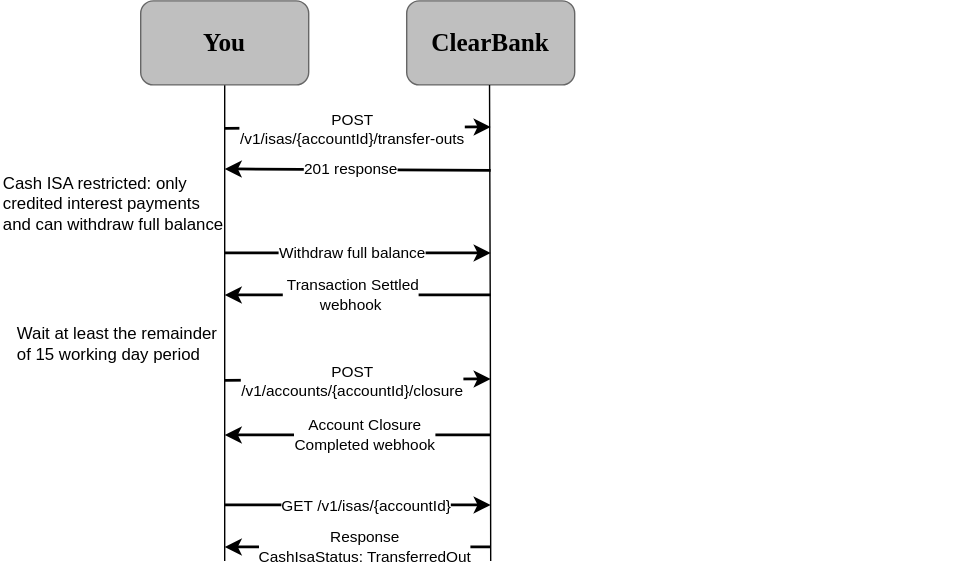
Above: static/assets/images/cash-isa-transfer-out.svg in clearbank/clearbank.github.io (draw.io), before the change. Source tidied: cells renumbered, new cells last; positions are measured from the earlier drawing's top-left corner, leaving out a move shared by most shapes. Its diagram source:
```xml
<mxGraphModel>
  <root>
    <mxCell id="0" />
    <mxCell id="1" parent="0" />
    <mxCell id="2" value="ClearBank" style="rounded=1;whiteSpace=wrap;html=1;strokeColor=#666666;fillColor=#BFBFBF;gradientColor=none;fontFamily=Clear Sans Display;fontStyle=1;fontSize=18;" parent="1" vertex="1">
      <mxGeometry x="290" width="120" height="60" as="geometry" />
    </mxCell>
    <mxCell id="3" style="endArrow=classic;html=1;rounded=0;strokeWidth=2;" parent="1" edge="1">
      <mxGeometry relative="1" as="geometry">
        <mxPoint x="350" y="121" as="sourcePoint" />
        <mxPoint x="160" y="120" as="targetPoint" />
      </mxGeometry>
    </mxCell>
    <mxCell id="4" value="201 response" style="edgeLabel;html=1;align=center;verticalAlign=middle;" parent="3" vertex="1">
      <mxGeometry x="0.09" y="-1" relative="1" as="geometry">
        <mxPoint x="3" as="offset" />
      </mxGeometry>
    </mxCell>
    <mxCell id="5" style="endArrow=classic;html=1;rounded=0;strokeWidth=2;" parent="1" edge="1">
      <mxGeometry relative="1" as="geometry">
        <mxPoint x="350" y="210" as="sourcePoint" />
        <mxPoint x="160" y="210" as="targetPoint" />
      </mxGeometry>
    </mxCell>
    <mxCell id="6" value="&amp;nbsp;Transaction Settled&lt;br&gt;&amp;nbsp;webhook&amp;nbsp;" style="edgeLabel;html=1;align=center;verticalAlign=middle;" parent="5" vertex="1">
      <mxGeometry x="0.09" y="-1" relative="1" as="geometry">
        <mxPoint x="3" y="1" as="offset" />
      </mxGeometry>
    </mxCell>
    <mxCell id="7" value="Wait at least the remainder of 15 working day period" style="text;html=1;strokeColor=none;fillColor=none;align=left;verticalAlign=middle;whiteSpace=wrap;rounded=0;" parent="1" vertex="1">
      <mxGeometry x="10" y="210" width="150" height="70" as="geometry" />
    </mxCell>
    <mxCell id="8" style="edgeStyle=orthogonalEdgeStyle;rounded=0;orthogonalLoop=1;jettySize=auto;html=1;endArrow=none;endFill=0;" parent="1" edge="1">
      <mxGeometry relative="1" as="geometry">
        <mxPoint x="349.2" y="60" as="sourcePoint" />
        <mxPoint x="350" y="400" as="targetPoint" />
      </mxGeometry>
    </mxCell>
    <mxCell id="9" style="edgeStyle=orthogonalEdgeStyle;rounded=0;jettySize=auto;html=1;endArrow=none;endFill=0;" parent="1" edge="1" source="10">
      <mxGeometry relative="1" as="geometry">
        <mxPoint x="160" y="400" as="targetPoint" />
      </mxGeometry>
    </mxCell>
    <mxCell id="10" value="You" style="rounded=1;whiteSpace=wrap;html=1;strokeColor=#666666;fillColor=#BFBFBF;gradientColor=none;fontFamily=Clear Sans Display;fontStyle=1;fontSize=18;" parent="1" vertex="1">
      <mxGeometry x="100" width="120" height="60" as="geometry" />
    </mxCell>
    <mxCell id="11" style="endArrow=classic;html=1;rounded=0;strokeWidth=2;" parent="1" edge="1">
      <mxGeometry relative="1" as="geometry">
        <mxPoint x="160" y="91" as="sourcePoint" />
        <mxPoint x="350" y="90" as="targetPoint" />
      </mxGeometry>
    </mxCell>
    <mxCell id="12" value="POST&lt;br&gt;/v1/isas/{accountId}/transfer-outs" style="edgeLabel;html=1;align=center;verticalAlign=middle;" parent="11" vertex="1">
      <mxGeometry x="0.09" y="-1" relative="1" as="geometry">
        <mxPoint x="-13" as="offset" />
      </mxGeometry>
    </mxCell>
    <mxCell id="13" style="endArrow=classic;html=1;rounded=0;strokeWidth=2;" parent="1" edge="1">
      <mxGeometry relative="1" as="geometry">
        <mxPoint x="160" y="360" as="sourcePoint" />
        <mxPoint x="350" y="360" as="targetPoint" />
        <Array as="points">
          <mxPoint x="250" y="360" />
        </Array>
      </mxGeometry>
    </mxCell>
    <mxCell id="14" value="GET&amp;nbsp;/v1/isas/{accountId}" style="edgeLabel;html=1;align=center;verticalAlign=middle;" parent="13" vertex="1">
      <mxGeometry x="0.09" y="-1" relative="1" as="geometry">
        <mxPoint x="-3" as="offset" />
      </mxGeometry>
    </mxCell>
    <mxCell id="15" style="endArrow=classic;html=1;rounded=0;strokeWidth=2;" parent="1" edge="1">
      <mxGeometry relative="1" as="geometry">
        <mxPoint x="250" y="390" as="sourcePoint" />
        <mxPoint x="160" y="390" as="targetPoint" />
        <Array as="points">
          <mxPoint x="350" y="390" />
        </Array>
      </mxGeometry>
    </mxCell>
    <mxCell id="16" value="Response &lt;br&gt;CashIsaStatus: TransferredOut" style="edgeLabel;html=1;align=center;verticalAlign=middle;" parent="15" vertex="1">
      <mxGeometry x="0.09" y="-1" relative="1" as="geometry">
        <mxPoint x="-33" y="1" as="offset" />
      </mxGeometry>
    </mxCell>
    <mxCell id="17" style="endArrow=classic;html=1;rounded=0;strokeWidth=2;" parent="1" edge="1">
      <mxGeometry relative="1" as="geometry">
        <mxPoint x="160" y="271" as="sourcePoint" />
        <mxPoint x="350" y="270" as="targetPoint" />
      </mxGeometry>
    </mxCell>
    <mxCell id="18" value="POST&lt;br&gt;/v1/accounts/{accountId}/closure" style="edgeLabel;html=1;align=center;verticalAlign=middle;" parent="17" vertex="1">
      <mxGeometry x="0.09" y="-1" relative="1" as="geometry">
        <mxPoint x="-13" as="offset" />
      </mxGeometry>
    </mxCell>
    <mxCell id="19" style="endArrow=classic;html=1;rounded=0;strokeWidth=2;" parent="1" edge="1">
      <mxGeometry relative="1" as="geometry">
        <mxPoint x="160" y="180" as="sourcePoint" />
        <mxPoint x="350" y="180" as="targetPoint" />
      </mxGeometry>
    </mxCell>
    <mxCell id="20" value="Withdraw full balance" style="edgeLabel;html=1;align=center;verticalAlign=middle;" parent="19" vertex="1">
      <mxGeometry x="0.09" y="-1" relative="1" as="geometry">
        <mxPoint x="-13" y="-1" as="offset" />
      </mxGeometry>
    </mxCell>
    <mxCell id="21" style="endArrow=classic;html=1;rounded=0;strokeWidth=2;" parent="1" edge="1">
      <mxGeometry relative="1" as="geometry">
        <mxPoint x="350" y="310" as="sourcePoint" />
        <mxPoint x="160" y="310" as="targetPoint" />
      </mxGeometry>
    </mxCell>
    <mxCell id="22" value="Account Closure&lt;br&gt;Completed webhook" style="edgeLabel;html=1;align=center;verticalAlign=middle;" parent="21" vertex="1">
      <mxGeometry x="0.09" y="-1" relative="1" as="geometry">
        <mxPoint x="13" y="1" as="offset" />
      </mxGeometry>
    </mxCell>
    <mxCell id="23" value="Cash ISA restricted: only credited interest payments and can withdraw full balance" style="text;html=1;strokeColor=none;fillColor=none;align=left;verticalAlign=middle;whiteSpace=wrap;rounded=0;" parent="1" vertex="1">
      <mxGeometry y="110" width="160" height="70" as="geometry" />
    </mxCell>
    <mxCell id="24" style="rounded=1;whiteSpace=wrap;html=1;fillColor=none;strokeColor=none;" parent="1" vertex="1">
      <mxGeometry x="470" y="140" width="220" height="60" as="geometry" />
    </mxCell>
  </root>
</mxGraphModel>
```
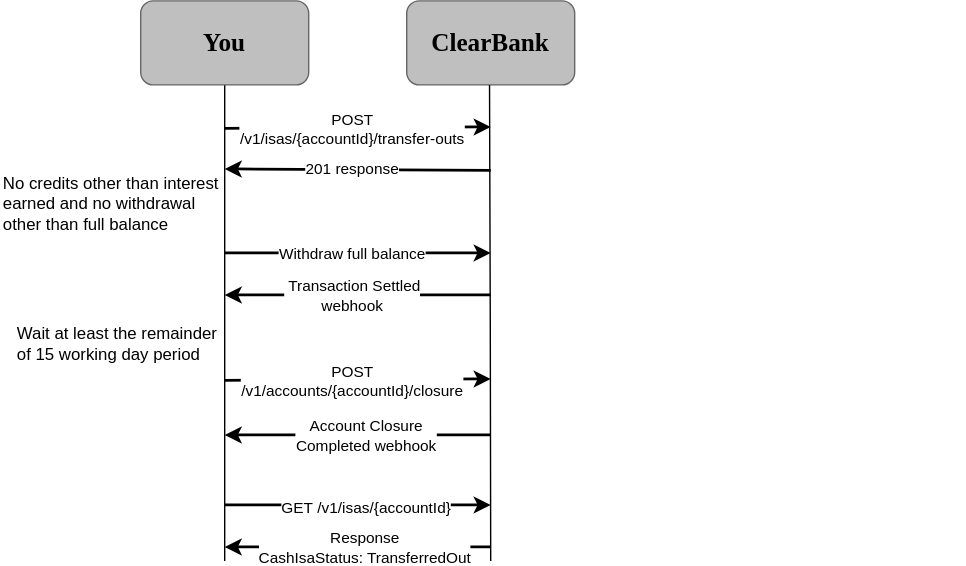
The same file after the commit.

Commit message:
Added new life cycle diagram, updated context to include information on interest

Diff of the diagram source:
```diff
@@ -116,7 +116,7 @@
         <mxPoint x="13" y="1" as="offset" />
       </mxGeometry>
     </mxCell>
-    <mxCell id="23" value="Cash ISA restricted: only credited interest payments and can withdraw full balance" style="text;html=1;strokeColor=none;fillColor=none;align=left;verticalAlign=middle;whiteSpace=wrap;rounded=0;" parent="1" vertex="1">
+    <mxCell id="23" value="No credits other than interest earned and no withdrawal other than full balance" style="text;html=1;strokeColor=none;fillColor=none;align=left;verticalAlign=middle;whiteSpace=wrap;rounded=0;" parent="1" vertex="1">
       <mxGeometry y="110" width="160" height="70" as="geometry" />
     </mxCell>
     <mxCell id="24" style="rounded=1;whiteSpace=wrap;html=1;fillColor=none;strokeColor=none;" parent="1" vertex="1">
```
